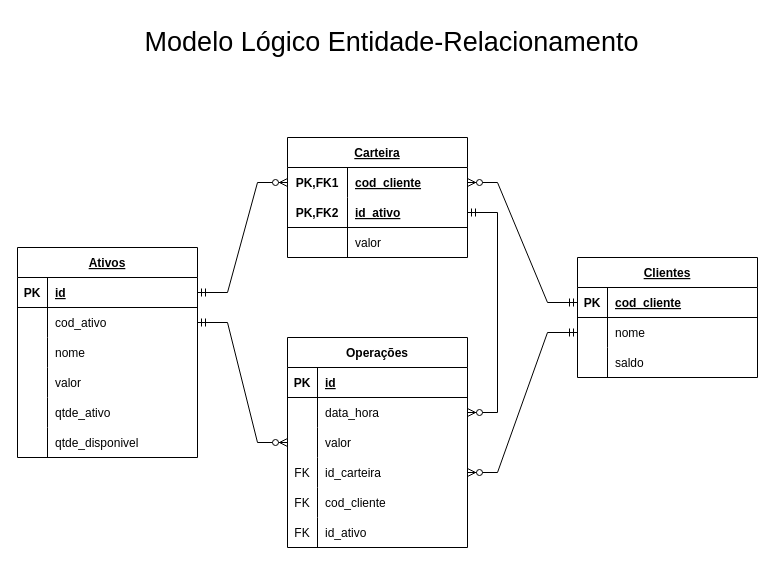
Before: Modelo Lógico ER.drawio in Fabio-Vicente/desafio-xp, a draw.io diagram. Source tidied: cells renumbered, new cells numbered last; positions are measured from the earlier drawing's top-left corner, leaving out a move shared by most shapes. Both pictures are drawn from the tidied source at 100%, with x=0, y=0 at pixel (17, 17).
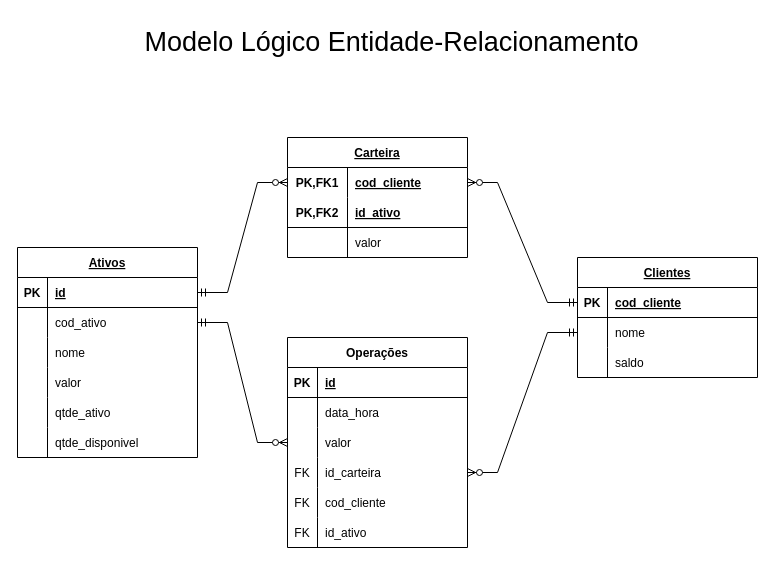
The same page after the edit.

Commit message:
docs: :memo: Update DER

Unchanged cells that the change refers to:
```xml
<mxCell id="35" style="shape=tableRow;horizontal=0;startSize=0;swimlaneHead=0;swimlaneBody=0;fillColor=none;points=[[0,0.5],[1,0.5]];portConstraint=eastwest;top=0;left=0;right=0;bottom=1;" parent="31" vertex="1">
  <mxGeometry y="60" width="180" height="30" as="geometry" />
</mxCell>
<mxCell id="47" style="shape=tableRow;horizontal=0;startSize=0;swimlaneHead=0;swimlaneBody=0;fillColor=none;points=[[0,0.5],[1,0.5]];portConstraint=eastwest;top=0;left=0;right=0;bottom=0;" parent="43" vertex="1">
  <mxGeometry y="60" width="180" height="30" as="geometry" />
</mxCell>
```

What changed in the source:
```diff
@@
-    <mxCell id="62" style="edgeStyle=entityRelationEdgeStyle;fontSize=12;html=1;endArrow=ERzeroToMany;startArrow=ERmandOne;rounded=0;exitX=1;exitY=0.5;exitDx=0;exitDy=0;entryX=1;entryY=0.5;entryDx=0;entryDy=0;" parent="1" edge="1" source="35" target="47">
-      <mxGeometry relative="1" as="geometry" />
-    </mxCell>
```
